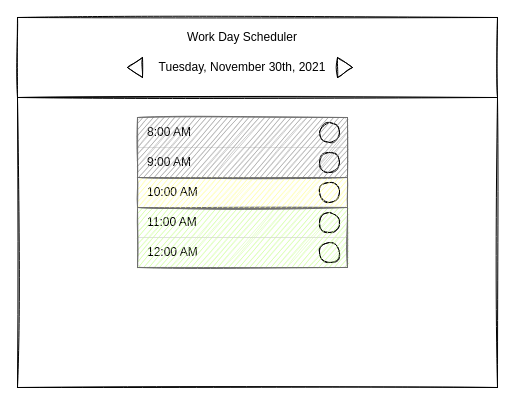
The draw.io diagram mockup.drawio in jmichaelbrown8/work-day-scheduler, before the edit. Source tidied: cells renumbered, new cells numbered last; positions are measured from the earlier drawing's top-left corner, leaving out a move shared by most shapes. Both pictures are drawn from the tidied source at 100%, with x=0, y=0 at pixel (17, 17).
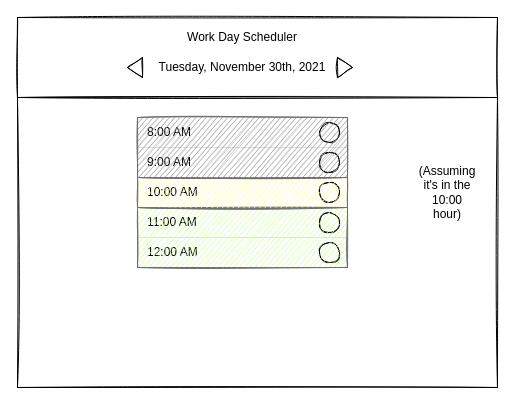
The same page after the edit.

What changed in the source:
```diff
@@
+    <mxCell id="22" value="(Assuming it's in the 10:00 hour)" style="text;html=1;strokeColor=none;fillColor=none;align=center;verticalAlign=middle;whiteSpace=wrap;rounded=0;" parent="1" vertex="1">
+      <mxGeometry x="410" y="165" width="40" height="20" as="geometry" />
+    </mxCell>
```
